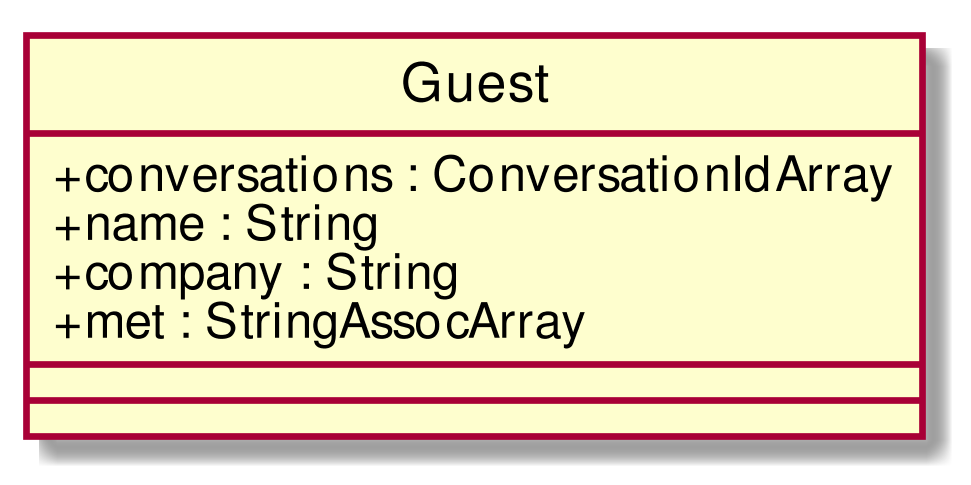
This is RP/Esterni/DefinizioneDiProdotto/images/ClassGuest.png from CoCodeSWE/Docs, a PlantUML export, as it was before one commit. Its diagram source:
```plantuml
@startuml
scale 1000*1000
skinparam classAttributeIconSize 0
class Guest{
+ conversations : ConversationIdArray
+ name : String
+ company : String
+ met : StringAssocArray
__
__

}
hide circle
@enduml
```
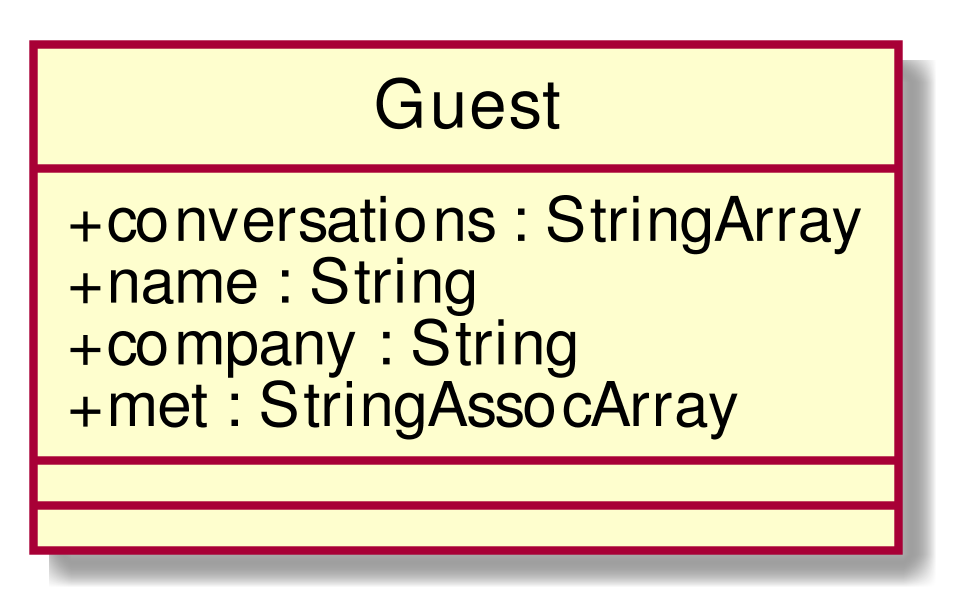
Later version of the same file.

Diff of the diagram source:
```diff
@@ -2,7 +2,7 @@
 scale 1000*1000
 skinparam classAttributeIconSize 0
 class Guest{
-+ conversations : ConversationIdArray
++ conversations : StringArray
 + name : String
 + company : String
 + met : StringAssocArray
```
